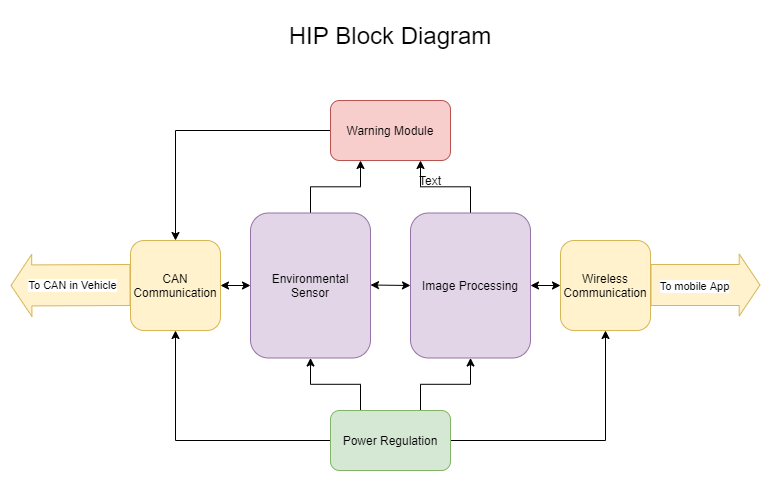
The draw.io diagram hardware/Images/HIP_block_diagram.png in dlzou/hip-system, before a commit. Source tidied: cells renumbered, new cells last; positions are measured from the earlier drawing's top-left corner, leaving out a move shared by most shapes.
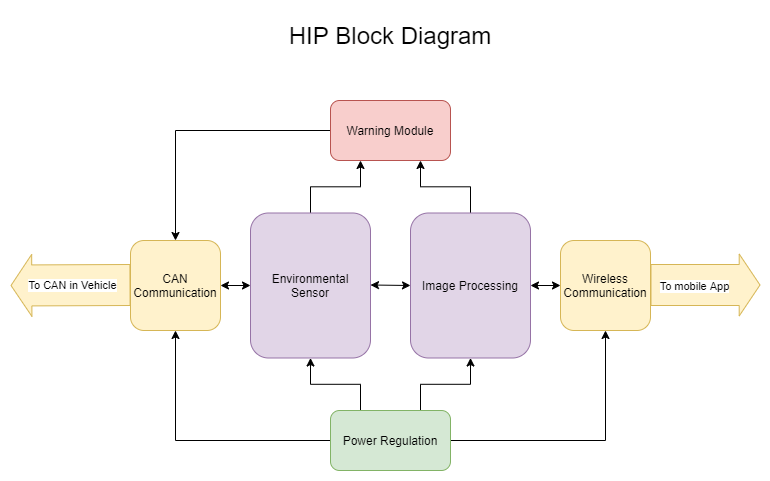
Later version of the same file.

Commit message:
got block diagram 2

Diff of the diagram source:
```diff
@@ -74,9 +74,6 @@
     <mxCell id="21" style="endArrow=classic;startArrow=classic;html=1;strokeColor=#000000;entryX=0;entryY=0.5;entryDx=0;entryDy=0;exitX=1;exitY=0.5;exitDx=0;exitDy=0;" parent="1" edge="1" source="6" target="7">
       <mxGeometry relative="1" as="geometry" />
     </mxCell>
-    <mxCell id="22" value="Text" style="text;html=1;strokeColor=none;fillColor=none;align=center;verticalAlign=middle;whiteSpace=wrap;rounded=0;" parent="1" vertex="1">
-      <mxGeometry x="400" y="160" width="40" height="20" as="geometry" />
-    </mxCell>
     <mxCell id="23" value="&lt;font style=&quot;font-size: 24px&quot;&gt;HIP Block Diagram&lt;/font&gt;" style="text;html=1;strokeColor=none;fillColor=none;align=center;verticalAlign=middle;whiteSpace=wrap;rounded=0;" parent="1" vertex="1">
       <mxGeometry x="260" width="240" height="50" as="geometry" />
     </mxCell>
```
